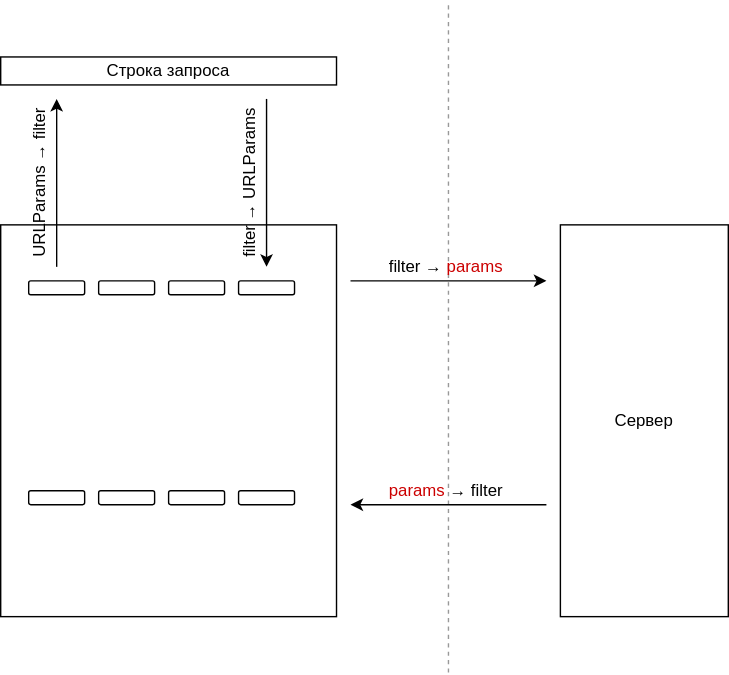
This is filters.svg from ajile/draw-io, a draw.io export, as it was before one commit. Source tidied: cells renumbered, new cells last; positions are measured from the earlier drawing's top-left corner, leaving out a move shared by most shapes.
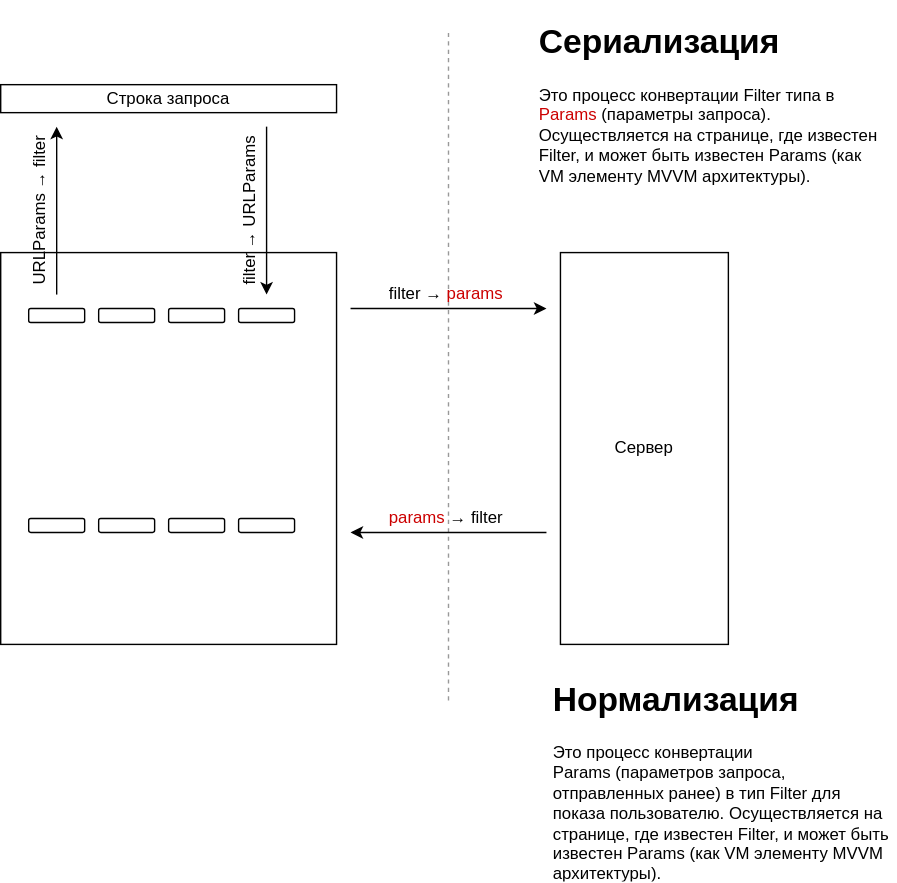
Above is the later version.

What changed in the source:
```diff
@@ -108,5 +108,12 @@
     <mxCell id="34" value="URLParams → filter" style="text;html=1;strokeColor=none;fillColor=none;align=center;verticalAlign=middle;whiteSpace=wrap;rounded=0;rotation=270;" parent="30" vertex="1">
       <mxGeometry y="120" width="117" height="20" as="geometry" />
     </mxCell>
+    <mxCell id="35" value="Notices" parent="0" />
+    <mxCell id="36" value="&lt;h1&gt;Сериализация&lt;/h1&gt;&lt;p&gt;Это процесс конвертации Filter типа в &lt;font color=&quot;#cc0000&quot;&gt;Params&lt;/font&gt; (параметры запроса). Осуществляется на странице, где известен Filter, и может быть известен Params (как VM элементу MVVM архитектуры).&lt;/p&gt;" style="text;html=1;strokeColor=none;fillColor=none;spacing=5;spacingTop=-20;whiteSpace=wrap;overflow=hidden;rounded=0;" parent="35" vertex="1">
+      <mxGeometry x="410" y="-10" width="250" height="140" as="geometry" />
+    </mxCell>
+    <mxCell id="37" value="&lt;h1&gt;Нормализация&lt;/h1&gt;&lt;p&gt;Это процесс конвертации Params&amp;nbsp;(параметров запроса, отправленных ранее) в тип Filter для показа пользователю. Осуществляется на странице, где известен Filter, и может быть известен Params (как VM элементу MVVM архитектуры).&lt;/p&gt;" style="text;html=1;strokeColor=none;fillColor=none;spacing=5;spacingTop=-20;whiteSpace=wrap;overflow=hidden;rounded=0;" parent="35" vertex="1">
+      <mxGeometry x="420" y="460" width="250" height="150" as="geometry" />
+    </mxCell>
   </root>
 </mxGraphModel>
```
